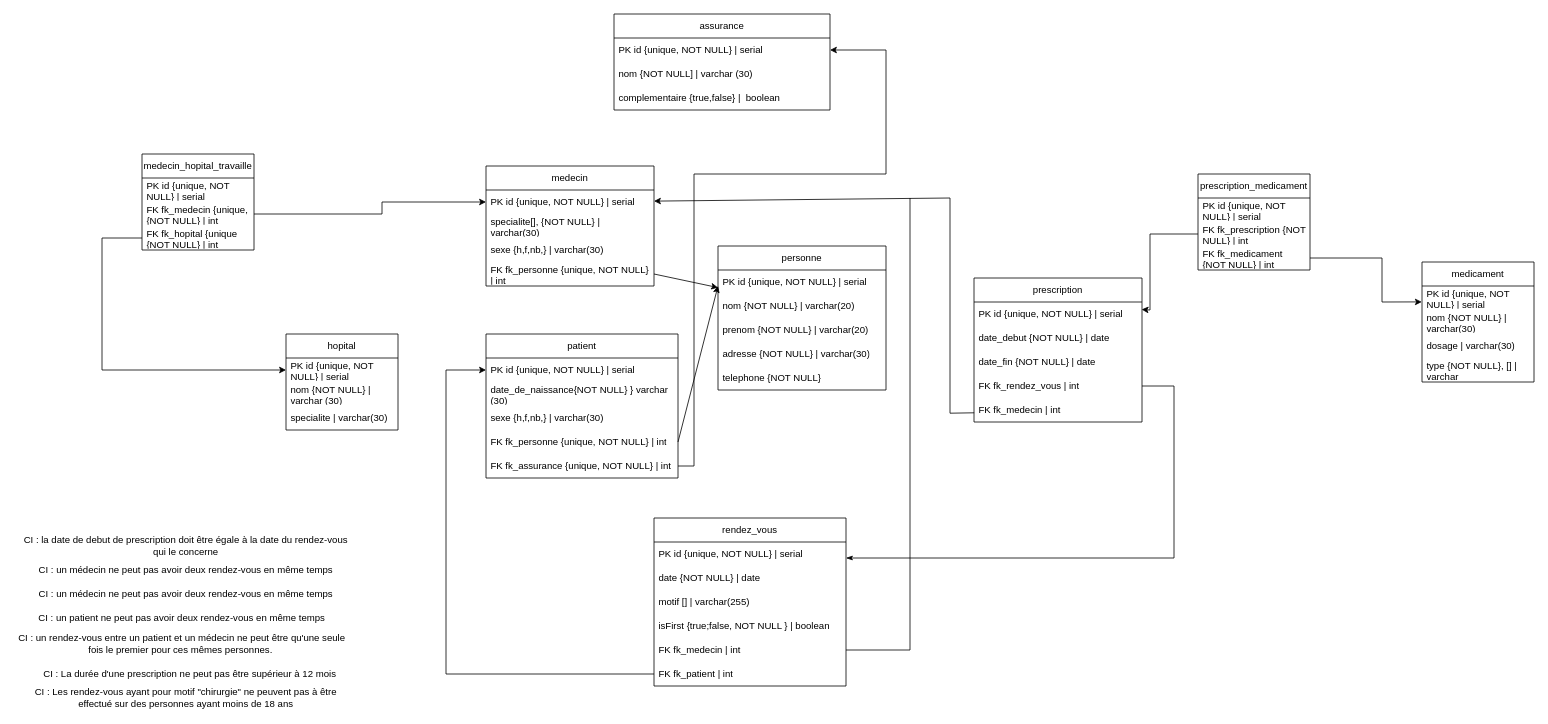
Earlier version of the draw.io diagram UML.drawio (DYLANeay/InfraDon-Project). Source tidied: cells renumbered, new cells numbered last; positions are measured from the earlier drawing's top-left corner, leaving out a move shared by most shapes. Both pictures are drawn from the tidied source at 80%, with x=0, y=0 at pixel (14, 14).
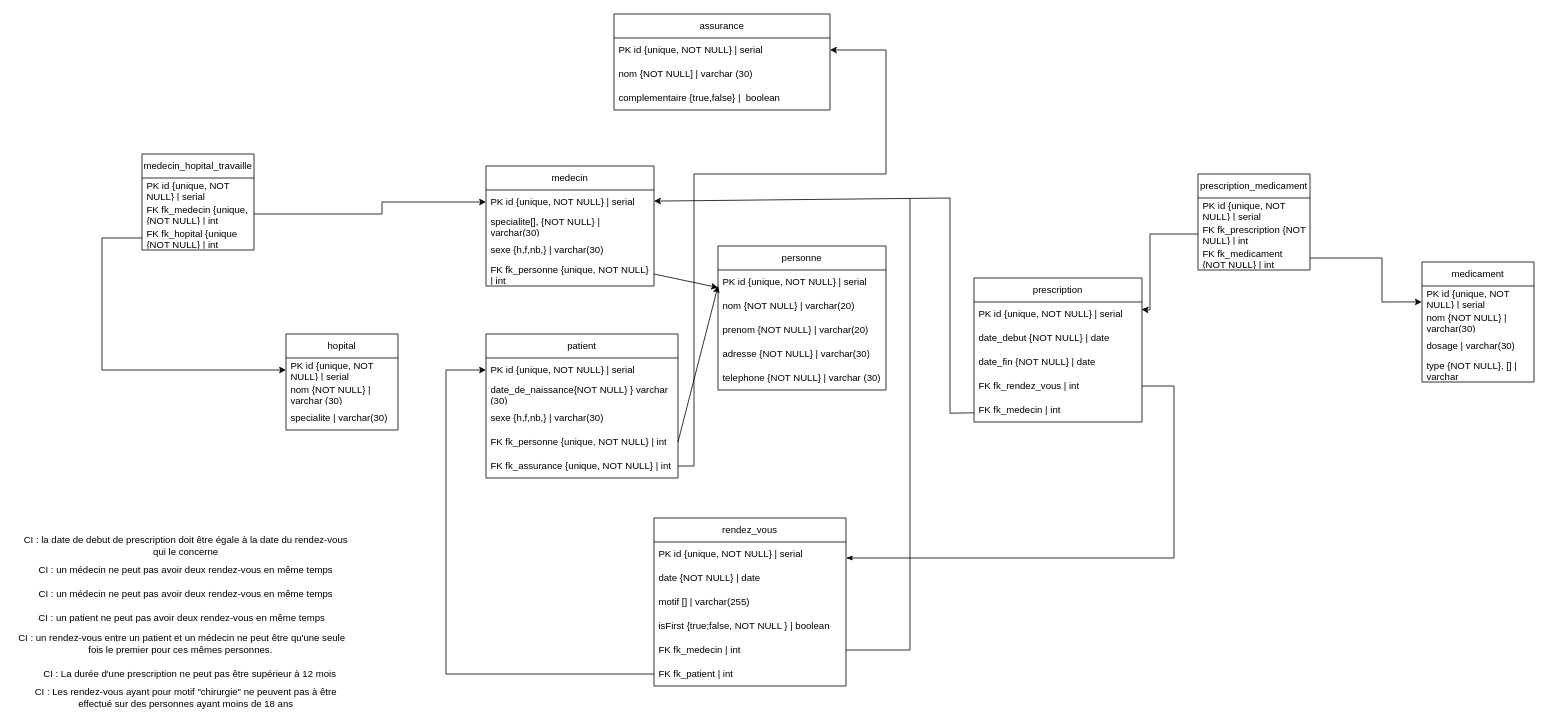
The same diagram, later.

Commit message:
add telephone UML type

The change refers to these unchanged cells:
```xml
<mxCell id="8" value="personne" style="swimlane;fontStyle=0;horizontal=1;startSize=30;whiteSpace=wrap;html=1;" parent="1" vertex="1">
  <mxGeometry x="880" y="290" width="210" height="180" as="geometry" />
</mxCell>
```

Diff of the diagram source:
```diff
@@
-    <mxCell id="13" value="telephone {NOT NULL}" style="text;strokeColor=none;fillColor=none;align=left;verticalAlign=middle;spacingLeft=4;spacingRight=4;overflow=hidden;whiteSpace=wrap;html=1;" parent="8" vertex="1">
+    <mxCell id="13" value="telephone {NOT NULL} | varchar (30)" style="text;strokeColor=none;fillColor=none;align=left;verticalAlign=middle;spacingLeft=4;spacingRight=4;overflow=hidden;whiteSpace=wrap;html=1;" parent="8" vertex="1">
       <mxGeometry y="150" width="210" height="30" as="geometry" />
     </mxCell>
```
